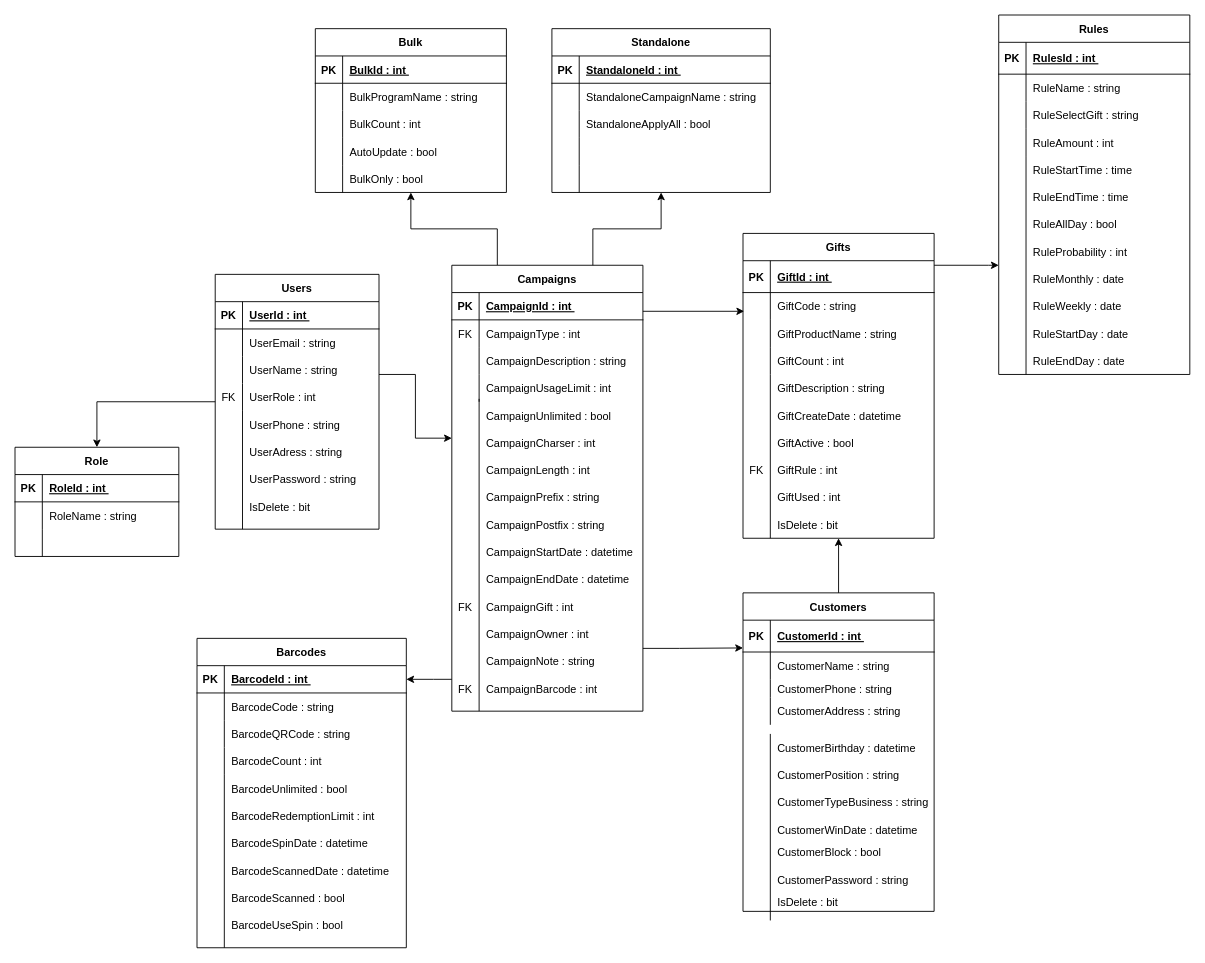
Above: Diagram/diagram.drawio in H1ieenrrr/LuckyDraw (draw.io), before the change. Source tidied: cells renumbered, new cells numbered last; positions are measured from the earlier drawing's top-left corner, leaving out a move shared by most shapes. Both pictures are drawn from the tidied source at 91%, with x=0, y=0 at pixel (15, 15).
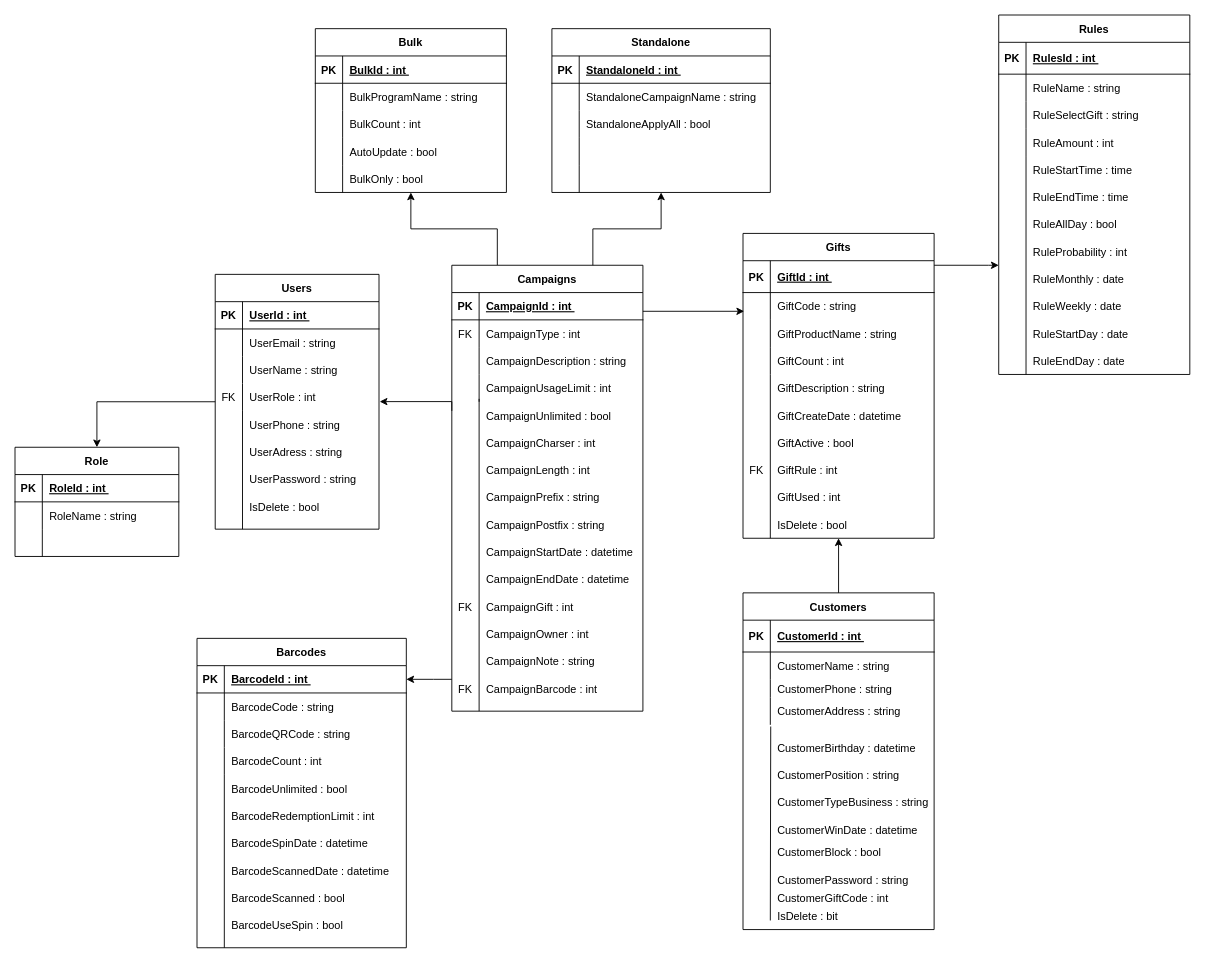
After the change.

Unchanged cells that the change refers to:
```xml
<mxCell id="4" value="Users" style="shape=table;startSize=30;childLayout=tableLayout;rowLines=0;fontStyle=1;align=center;" parent="1" vertex="1">
  <mxGeometry x="220" y="285" width="180" height="280" as="geometry" />
</mxCell>
<mxCell id="14" style="shape=partialRectangle;fillColor=none;top=0;left=0;bottom=0;right=0;points=[[0,0.5],[1,0.5]];portConstraint=eastwest;" parent="4" vertex="1">
  <mxGeometry y="120" width="180" height="30" as="geometry" />
</mxCell>
<mxCell id="34" value="Campaigns" style="shape=table;startSize=30;childLayout=tableLayout;rowLines=0;fontStyle=1;align=center;" parent="1" vertex="1">
  <mxGeometry x="480" y="275" width="210" height="490" as="geometry" />
</mxCell>
<mxCell id="161" style="shape=partialRectangle;fillColor=none;top=0;left=0;bottom=1;right=0;points=[[0,0.5],[1,0.5]];portConstraint=eastwest;" parent="160" vertex="1">
  <mxGeometry y="30" width="210" height="35" as="geometry" />
</mxCell>
<mxCell id="170" style="shape=partialRectangle;fillColor=none;top=0;left=0;bottom=0;right=0;points=[[0,0.5],[1,0.5]];portConstraint=eastwest;" parent="160" vertex="1">
  <mxGeometry y="115" width="210" height="30" as="geometry" />
</mxCell>
```

Change to the diagram source:
```diff
@@
-    <mxCell id="3" style="edgeStyle=orthogonalEdgeStyle;rounded=0;jettySize=auto;html=1;" parent="1" edge="1" source="4" target="34">
-      <mxGeometry relative="1" as="geometry">
-        <Array as="points">
-          <mxPoint x="440" y="395" />
-          <mxPoint x="440" y="465" />
-        </Array>
-      </mxGeometry>
-    </mxCell>
@@
+    <mxCell id="3" style="edgeStyle=orthogonalEdgeStyle;rounded=0;jettySize=auto;html=1;entryX=1.004;entryY=0.661;entryDx=0;entryDy=0;entryPerimeter=0;" parent="4" edge="1" target="14">
+      <mxGeometry relative="1" as="geometry">
+        <mxPoint x="260" y="150" as="sourcePoint" />
+        <Array as="points">
+          <mxPoint x="260" y="140" />
+        </Array>
+      </mxGeometry>
+    </mxCell>
@@
-    <mxCell id="20" value="IsDelete : bit" style="shape=partialRectangle;fillColor=none;top=0;left=0;bottom=0;right=0;align=left;spacingLeft=6;overflow=hidden;" parent="1" vertex="1">
+    <mxCell id="20" value="IsDelete : bool" style="shape=partialRectangle;fillColor=none;top=0;left=0;bottom=0;right=0;align=left;spacingLeft=6;overflow=hidden;" parent="1" vertex="1">
       <mxGeometry x="250" y="525" width="150" height="30" as="geometry" />
     </mxCell>
@@
-    <mxCell id="159" style="endArrow=classic;html=1;rounded=0;entryX=0;entryY=0.872;entryDx=0;entryDy=0;entryPerimeter=0;" parent="1" edge="1" target="161">
-      <mxGeometry relative="1" as="geometry">
-        <mxPoint x="690" y="696" as="sourcePoint" />
-        <Array as="points">
-          <mxPoint x="730" y="696" />
-        </Array>
-      </mxGeometry>
-    </mxCell>
     <mxCell id="160" value="Customers" style="shape=table;startSize=30;childLayout=tableLayout;rowLines=0;fontStyle=1;align=center;" parent="1" vertex="1">
-      <mxGeometry x="800" y="635" width="210" height="350" as="geometry" />
+      <mxGeometry x="800" y="635" width="210" height="370" as="geometry" />
     </mxCell>
@@
-    <mxCell id="177" style="endArrow=none;html=1;rounded=0;" parent="1" edge="1">
+    <mxCell id="177" style="endArrow=none;html=1;rounded=0;exitX=0.145;exitY=1.062;exitDx=0;exitDy=0;exitPerimeter=0;" parent="1" edge="1" source="170">
       <mxGeometry relative="1" as="geometry">
-        <mxPoint x="830" y="790" as="sourcePoint" />
         <mxPoint x="830" y="995" as="targetPoint" />
       </mxGeometry>
     </mxCell>
@@
     <mxCell id="180" value="IsDelete : bit" style="shape=partialRectangle;fillColor=none;top=0;left=0;bottom=0;right=0;align=left;spacingLeft=6;overflow=hidden;" parent="1" vertex="1">
-      <mxGeometry x="830" y="960" width="150" height="30" as="geometry" />
+      <mxGeometry x="830" y="975" width="150" height="30" as="geometry" />
     </mxCell>
-    <mxCell id="181" value="IsDelete : bit" style="shape=partialRectangle;fillColor=none;top=0;left=0;bottom=0;right=0;align=left;spacingLeft=6;overflow=hidden;" parent="1" vertex="1">
+    <mxCell id="181" value="IsDelete : bool" style="shape=partialRectangle;fillColor=none;top=0;left=0;bottom=0;right=0;align=left;spacingLeft=6;overflow=hidden;" parent="1" vertex="1">
       <mxGeometry x="830" y="545" width="150" height="30" as="geometry" />
     </mxCell>
@@
+    <mxCell id="183" value="CustomerGiftCode : int" style="shape=partialRectangle;fillColor=none;top=0;left=0;bottom=0;right=0;align=left;spacingLeft=6;overflow=hidden;" parent="1" vertex="1">
+      <mxGeometry x="830" y="955" width="180" height="30" as="geometry" />
+    </mxCell>
```
